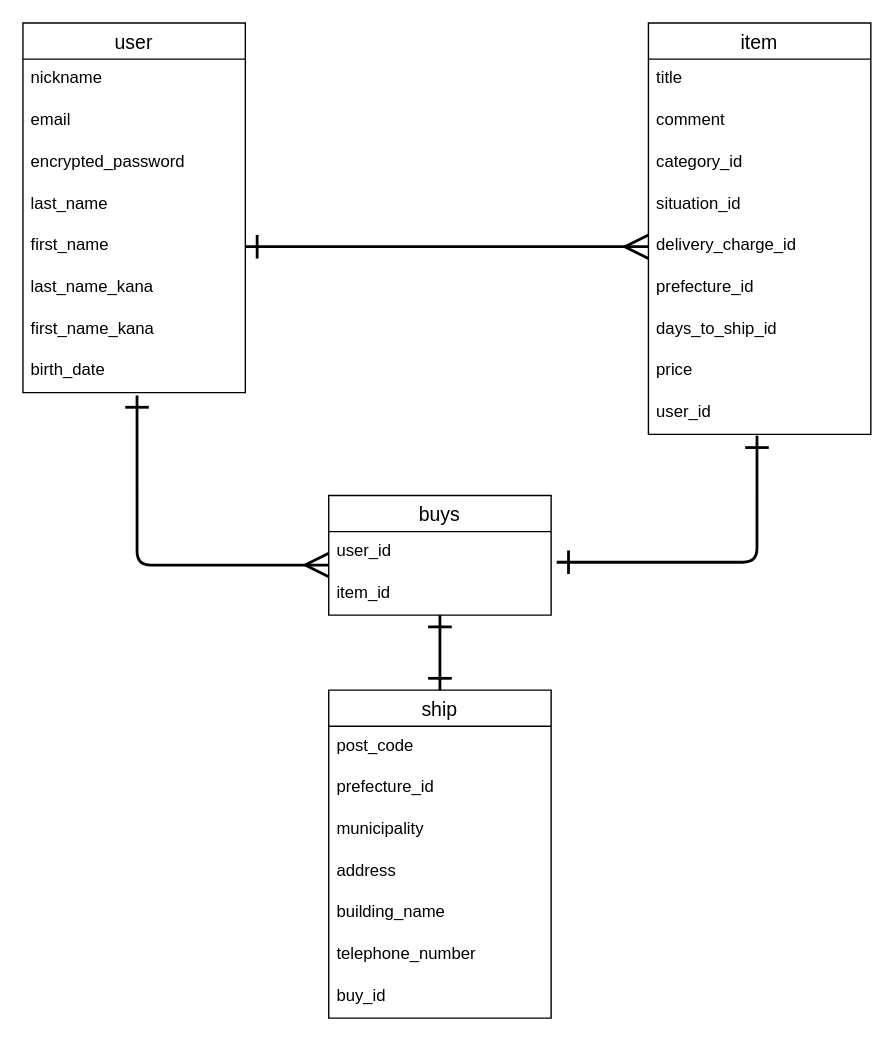
Earlier version of the draw.io diagram test.dio (murakami-m/furima-37299). Source tidied: cells renumbered, new cells numbered last; positions are measured from the earlier drawing's top-left corner, leaving out a move shared by most shapes. Both pictures are drawn from the tidied source at 139%, with x=0, y=0 at pixel (22, 22).
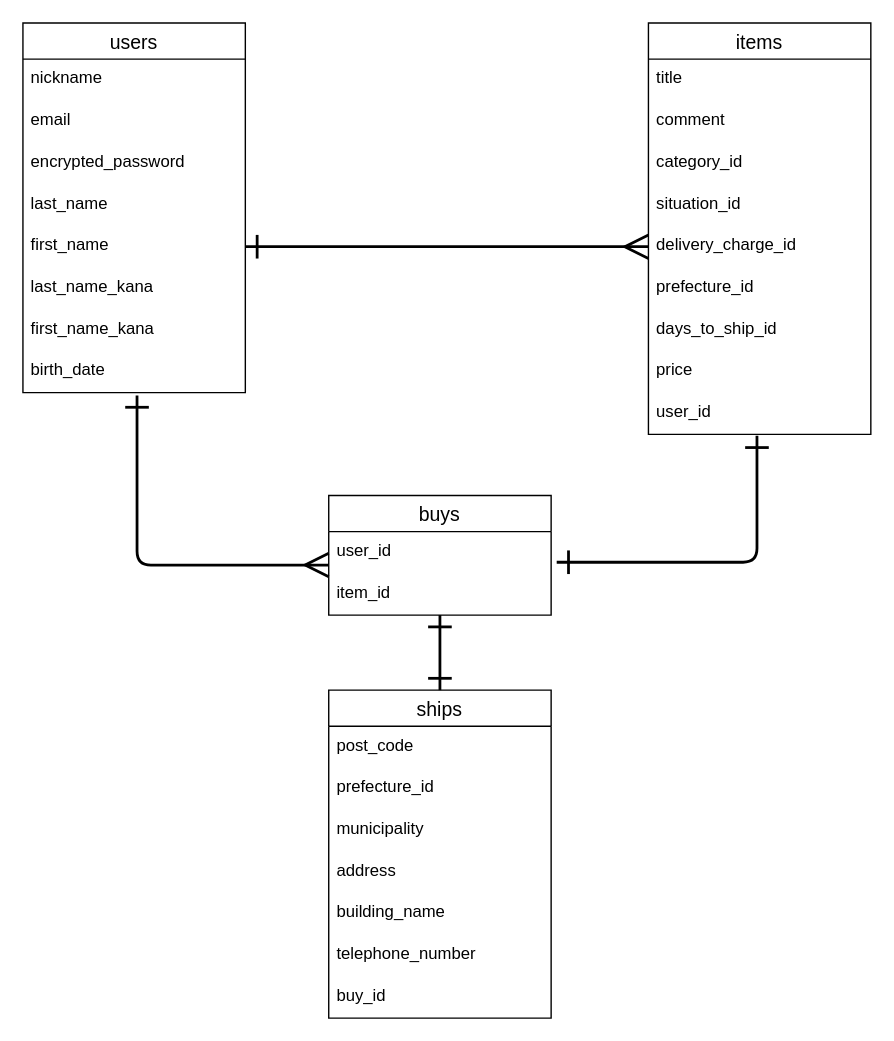
The same diagram, later.

Commit message:
ER図のテーブル名の修正

Change to the diagram source:
```diff
@@
-    <mxCell id="2" value="user" style="swimlane;fontStyle=0;horizontal=1;startSize=26;align=center;fontSize=14;" parent="1" vertex="1">
+    <mxCell id="2" value="users" style="swimlane;fontStyle=0;horizontal=1;startSize=26;align=center;fontSize=14;" parent="1" vertex="1">
       <mxGeometry width="160" height="266" as="geometry" />
     </mxCell>
@@
-    <mxCell id="11" value="item" style="swimlane;fontStyle=0;horizontal=1;startSize=26;align=center;fontSize=14;" parent="1" vertex="1">
+    <mxCell id="11" value="items" style="swimlane;fontStyle=0;horizontal=1;startSize=26;align=center;fontSize=14;" parent="1" vertex="1">
       <mxGeometry x="450" width="160" height="296" as="geometry" />
     </mxCell>
@@
-    <mxCell id="24" value="ship" style="swimlane;fontStyle=0;horizontal=1;startSize=26;align=center;fontSize=14;" parent="1" vertex="1">
+    <mxCell id="24" value="ships" style="swimlane;fontStyle=0;horizontal=1;startSize=26;align=center;fontSize=14;" parent="1" vertex="1">
       <mxGeometry x="220" y="480" width="160" height="236" as="geometry" />
     </mxCell>
```
